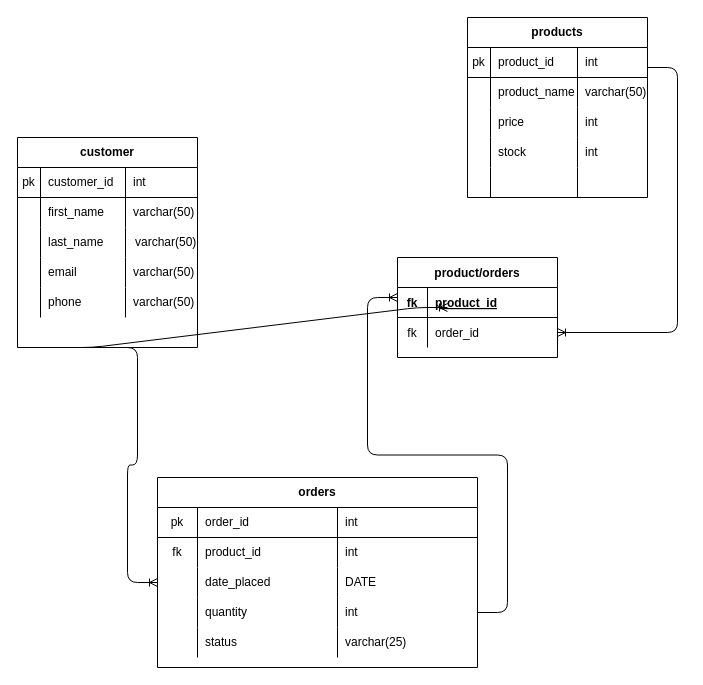
skeletoro/sqlscripts keeps this draw.io diagram as ERD/Untitled Diagram.drawio. Above is the earlier version. Source tidied: cells renumbered, new cells numbered last; positions are measured from the earlier drawing's top-left corner, leaving out a move shared by most shapes. Both pictures are drawn from the tidied source at 100%, with x=0, y=0 at pixel (17, 17).
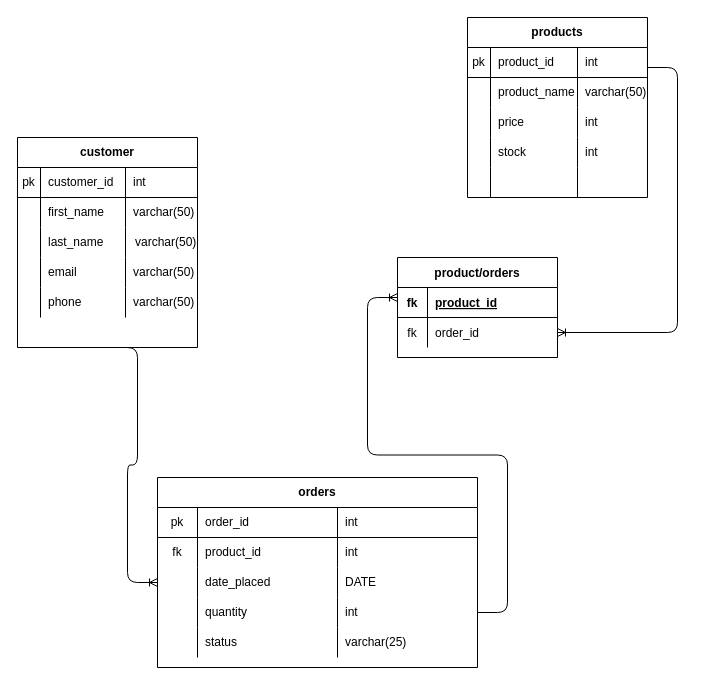
Above is the later version.

Unchanged cells that the change refers to:
```xml
<mxCell id="23" value="customer" style="shape=table;html=1;whiteSpace=wrap;startSize=30;childLayout=tableLayout;rowLines=0;fontStyle=1;align=center;" parent="1" vertex="1">
  <mxGeometry y="120" width="180" height="210" as="geometry" />
</mxCell>
```

Diff of the diagram source:
```diff
@@
-    <mxCell id="65" style="edgeStyle=entityRelationEdgeStyle;fontSize=12;html=1;endArrow=ERoneToMany;exitX=0.25;exitY=1;exitDx=0;exitDy=0;entryX=0;entryY=0.5;entryDx=0;entryDy=0;" parent="1" edge="1" source="23">
-      <mxGeometry relative="1" as="geometry">
-        <mxPoint x="430" y="290" as="targetPoint" />
-      </mxGeometry>
-    </mxCell>
```
